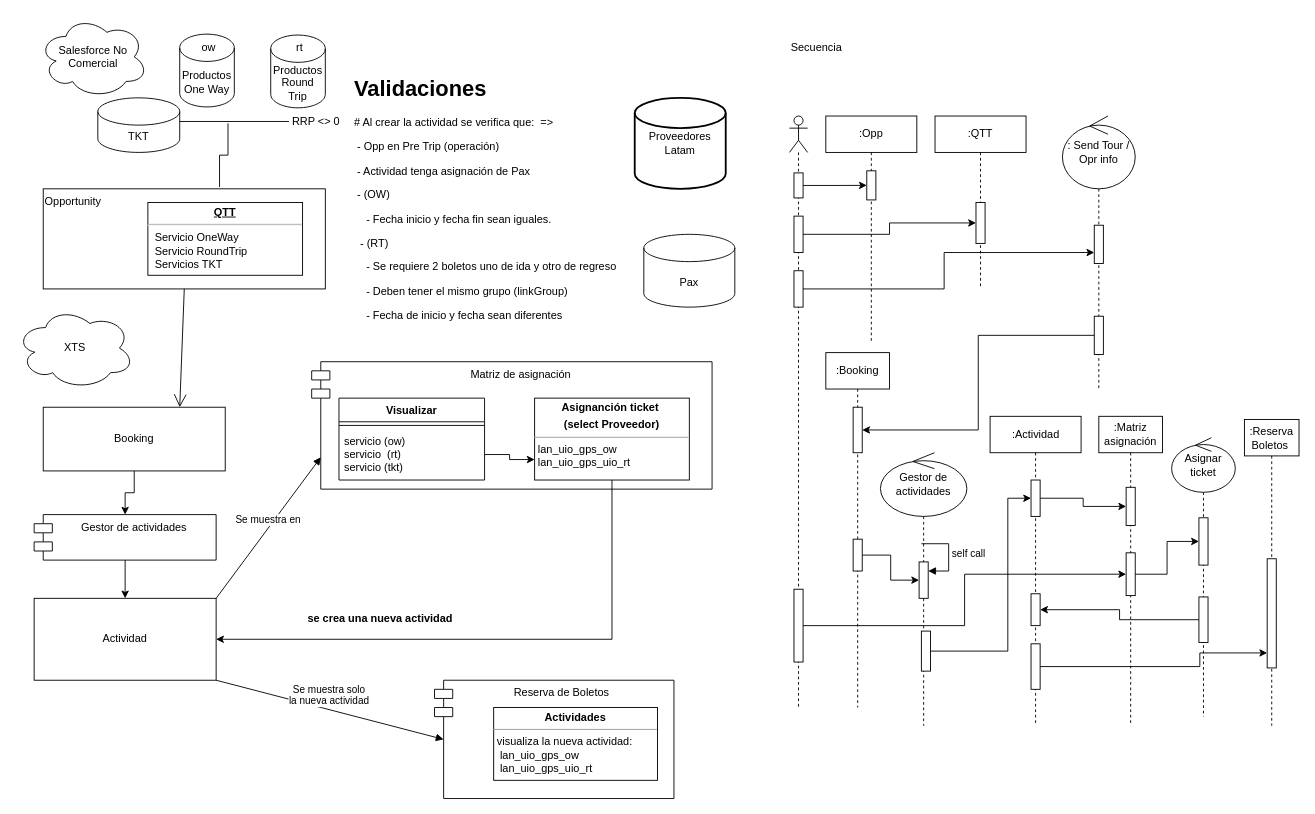
TecladoZurdo/UML keeps this draw.io diagram as OneWay - RoundTrip.drawio. Above is the earlier version. Source tidied: cells renumbered, new cells numbered last; positions are measured from the earlier drawing's top-left corner, leaving out a move shared by most shapes. Both pictures are drawn from the tidied source at 91%, with x=0, y=0 at pixel (15, 15).
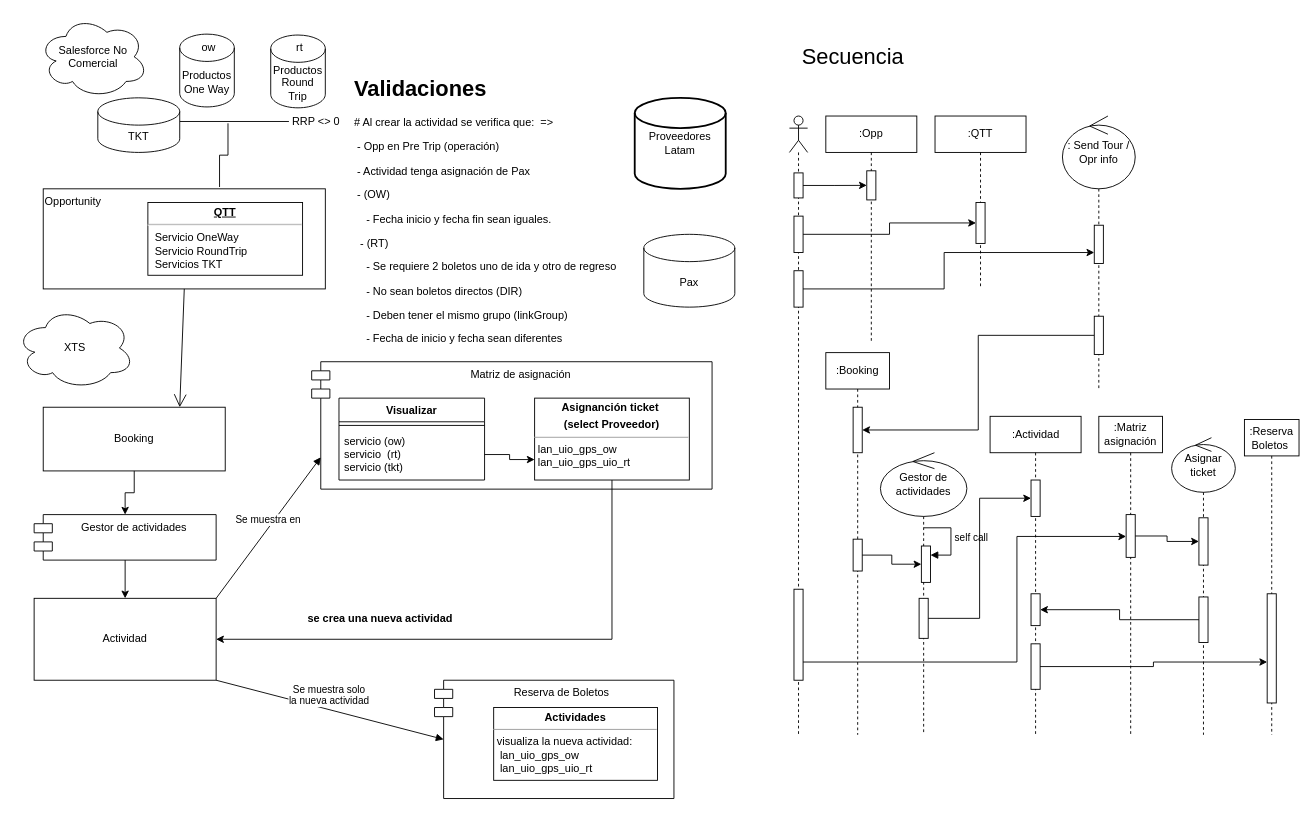
Above is the later version.

The change refers to these unchanged cells:
```xml
<mxCell id="60" style="html=1;points=[[0,0,0,0,5],[0,1,0,0,-5],[1,0,0,0,5],[1,1,0,0,-5]];perimeter=orthogonalPerimeter;outlineConnect=0;targetShapes=umlLifeline;portConstraint=eastwest;newEdgeStyle={&quot;curved&quot;:0,&quot;rounded&quot;:0};" parent="59" vertex="1">
  <mxGeometry x="45" y="70" width="10" height="40" as="geometry" />
</mxCell>
<mxCell id="62" style="html=1;points=[[0,0,0,0,5],[0,1,0,0,-5],[1,0,0,0,5],[1,1,0,0,-5]];perimeter=orthogonalPerimeter;outlineConnect=0;targetShapes=umlLifeline;portConstraint=eastwest;newEdgeStyle={&quot;curved&quot;:0,&quot;rounded&quot;:0};" parent="59" vertex="1">
  <mxGeometry x="45" y="250" width="10" height="50" as="geometry" />
</mxCell>
```

Change to the diagram source:
```diff
@@
-    <mxCell id="30" value="&lt;h1&gt;Validaciones&lt;/h1&gt;&lt;div&gt;# Al crear la actividad se verifica que:&amp;nbsp; =&amp;gt;&lt;/div&gt;&lt;p&gt;&amp;nbsp;- Opp en Pre Trip (operación)&lt;/p&gt;&lt;p&gt;&amp;nbsp;- Actividad tenga asignación de Pax&lt;/p&gt;&lt;p&gt;&amp;nbsp;- (OW)&lt;/p&gt;&lt;p&gt;&amp;nbsp; &amp;nbsp; - Fecha inicio y fecha fin sean iguales.&lt;/p&gt;&lt;p&gt;&amp;nbsp; - (RT)&lt;/p&gt;&lt;p&gt;&amp;nbsp; &amp;nbsp; - Se requiere 2 boletos uno de ida y otro de regreso&lt;/p&gt;&lt;p&gt;&amp;nbsp; &amp;nbsp; - Deben tener el mismo grupo (linkGroup)&lt;/p&gt;&lt;p&gt;&amp;nbsp; &amp;nbsp; - Fecha de inicio y fecha sean diferentes&lt;/p&gt;" style="text;html=1;strokeColor=none;fillColor=none;spacing=5;spacingTop=-20;whiteSpace=wrap;overflow=hidden;rounded=0;" parent="1" vertex="1">
+    <mxCell id="30" value="&lt;h1&gt;Validaciones&lt;/h1&gt;&lt;div&gt;# Al crear la actividad se verifica que:&amp;nbsp; =&amp;gt;&lt;/div&gt;&lt;p&gt;&amp;nbsp;- Opp en Pre Trip (operación)&lt;/p&gt;&lt;p&gt;&amp;nbsp;- Actividad tenga asignación de Pax&lt;/p&gt;&lt;p&gt;&amp;nbsp;- (OW)&lt;/p&gt;&lt;p&gt;&amp;nbsp; &amp;nbsp; - Fecha inicio y fecha fin sean iguales.&lt;/p&gt;&lt;p&gt;&amp;nbsp; - (RT)&lt;/p&gt;&lt;p&gt;&amp;nbsp; &amp;nbsp; - Se requiere 2 boletos uno de ida y otro de regreso&lt;/p&gt;&lt;p&gt;&amp;nbsp; &amp;nbsp; - No sean boletos directos (DIR)&lt;/p&gt;&lt;p&gt;&amp;nbsp; &amp;nbsp; - Deben tener el mismo grupo (linkGroup)&lt;/p&gt;&lt;p&gt;&amp;nbsp; &amp;nbsp; - Fecha de inicio y fecha sean diferentes&lt;/p&gt;" style="text;html=1;strokeColor=none;fillColor=none;spacing=5;spacingTop=-20;whiteSpace=wrap;overflow=hidden;rounded=0;" parent="1" vertex="1">
       <mxGeometry x="366.9" y="60" width="403.1" height="305" as="geometry" />
     </mxCell>
@@
-    <mxCell id="37" value="Secuencia" style="text;html=1;strokeColor=none;fillColor=none;align=center;verticalAlign=middle;whiteSpace=wrap;rounded=0;" parent="1" vertex="1">
-      <mxGeometry x="850" y="20" width="60" height="30" as="geometry" />
+    <mxCell id="37" value="&lt;font style=&quot;font-size: 24px;&quot;&gt;Secuencia&lt;/font&gt;" style="text;html=1;strokeColor=none;fillColor=none;align=center;verticalAlign=middle;whiteSpace=wrap;rounded=0;" parent="1" vertex="1">
+      <mxGeometry x="850" y="20" width="140" height="50" as="geometry" />
     </mxCell>
@@
     <mxCell id="40" style="shape=umlLifeline;perimeter=lifelinePerimeter;whiteSpace=wrap;html=1;newEdgeStyle={&quot;curved&quot;:0,&quot;rounded&quot;:0};participant=umlActor;" parent="1" vertex="1">
-      <mxGeometry x="850" y="110" width="20" height="650" as="geometry" />
+      <mxGeometry x="850" y="110" width="20" height="680" as="geometry" />
     </mxCell>
@@
     <mxCell id="44" style="html=1;points=[[0,0,0,0,5],[0,1,0,0,-5],[1,0,0,0,5],[1,1,0,0,-5]];perimeter=orthogonalPerimeter;outlineConnect=0;targetShapes=umlLifeline;portConstraint=eastwest;newEdgeStyle={&quot;curved&quot;:0,&quot;rounded&quot;:0};" parent="40" vertex="1">
-      <mxGeometry x="5" y="520" width="10" height="80" as="geometry" />
+      <mxGeometry x="5" y="520" width="10" height="100" as="geometry" />
     </mxCell>
@@
     <mxCell id="48" value=":Booking" style="shape=umlLifeline;perimeter=lifelinePerimeter;whiteSpace=wrap;html=1;newEdgeStyle={&quot;curved&quot;:0,&quot;rounded&quot;:0};" parent="1" vertex="1">
-      <mxGeometry x="890" y="370" width="70" height="390" as="geometry" />
+      <mxGeometry x="890" y="370" width="70" height="420" as="geometry" />
     </mxCell>
@@
     <mxCell id="55" value="Gestor de actividades" style="shape=umlLifeline;perimeter=lifelinePerimeter;whiteSpace=wrap;html=1;newEdgeStyle={&quot;curved&quot;:0,&quot;rounded&quot;:0};participant=umlControl;size=70;" parent="1" vertex="1">
-      <mxGeometry x="950" y="480" width="95" height="300" as="geometry" />
+      <mxGeometry x="950" y="480" width="95" height="310" as="geometry" />
     </mxCell>
     <mxCell id="56" style="html=1;points=[[0,0,0,0,5],[0,1,0,0,-5],[1,0,0,0,5],[1,1,0,0,-5]];perimeter=orthogonalPerimeter;outlineConnect=0;targetShapes=umlLifeline;portConstraint=eastwest;newEdgeStyle={&quot;curved&quot;:0,&quot;rounded&quot;:0};" parent="55" vertex="1">
-      <mxGeometry x="42.5" y="120" width="10" height="40" as="geometry" />
+      <mxGeometry x="45" y="102.5" width="10" height="40" as="geometry" />
     </mxCell>
     <mxCell id="57" value="self call" style="html=1;align=left;spacingLeft=2;endArrow=block;rounded=0;edgeStyle=orthogonalEdgeStyle;curved=0;rounded=0;" parent="55" edge="1" target="56">
       <mxGeometry relative="1" as="geometry">
-        <mxPoint x="45" y="100" as="sourcePoint" />
+        <mxPoint x="47.5" y="82.5" as="sourcePoint" />
         <Array as="points">
-          <mxPoint x="75" y="130" />
+          <mxPoint x="77.5" y="112.5" />
         </Array>
       </mxGeometry>
     </mxCell>
     <mxCell id="58" style="html=1;points=[[0,0,0,0,5],[0,1,0,0,-5],[1,0,0,0,5],[1,1,0,0,-5]];perimeter=orthogonalPerimeter;outlineConnect=0;targetShapes=umlLifeline;portConstraint=eastwest;newEdgeStyle={&quot;curved&quot;:0,&quot;rounded&quot;:0};" parent="55" vertex="1">
-      <mxGeometry x="45" y="196" width="10" height="44" as="geometry" />
+      <mxGeometry x="42.5" y="160" width="10" height="44" as="geometry" />
     </mxCell>
     <mxCell id="59" value=":Actividad" style="shape=umlLifeline;perimeter=lifelinePerimeter;whiteSpace=wrap;html=1;newEdgeStyle={&quot;curved&quot;:0,&quot;rounded&quot;:0};" parent="1" vertex="1">
-      <mxGeometry x="1070.5" y="440" width="100" height="340" as="geometry" />
+      <mxGeometry x="1070.5" y="440" width="100" height="350" as="geometry" />
     </mxCell>
@@
     <mxCell id="63" value=":Matriz asignación" style="shape=umlLifeline;perimeter=lifelinePerimeter;whiteSpace=wrap;html=1;newEdgeStyle={&quot;curved&quot;:0,&quot;rounded&quot;:0};" parent="1" vertex="1">
-      <mxGeometry x="1190" y="440" width="70" height="340" as="geometry" />
+      <mxGeometry x="1190" y="440" width="70" height="350" as="geometry" />
     </mxCell>
-    <mxCell id="64" style="html=1;points=[[0,0,0,0,5],[0,1,0,0,-5],[1,0,0,0,5],[1,1,0,0,-5]];perimeter=orthogonalPerimeter;outlineConnect=0;targetShapes=umlLifeline;portConstraint=eastwest;newEdgeStyle={&quot;curved&quot;:0,&quot;rounded&quot;:0};" parent="63" vertex="1">
-      <mxGeometry x="30" y="78" width="10" height="42" as="geometry" />
-    </mxCell>
     <mxCell id="65" style="html=1;points=[[0,0,0,0,5],[0,1,0,0,-5],[1,0,0,0,5],[1,1,0,0,-5]];perimeter=orthogonalPerimeter;outlineConnect=0;targetShapes=umlLifeline;portConstraint=eastwest;newEdgeStyle={&quot;curved&quot;:0,&quot;rounded&quot;:0};" parent="63" vertex="1">
-      <mxGeometry x="30" y="150" width="10" height="47" as="geometry" />
+      <mxGeometry x="30" y="108" width="10" height="47" as="geometry" />
     </mxCell>
@@
     <mxCell id="67" style="edgeStyle=orthogonalEdgeStyle;rounded=0;jettySize=auto;html=1;curved=0;" parent="1" edge="1" source="58" target="60">
-      <mxGeometry relative="1" as="geometry">
-        <Array as="points">
-          <mxPoint x="1090" y="698" />
-          <mxPoint x="1090" y="530" />
-        </Array>
-      </mxGeometry>
+      <mxGeometry relative="1" as="geometry" />
     </mxCell>
     <mxCell id="68" value=":Reserva Boletos&amp;nbsp;" style="shape=umlLifeline;perimeter=lifelinePerimeter;whiteSpace=wrap;html=1;newEdgeStyle={&quot;curved&quot;:0,&quot;rounded&quot;:0};" parent="1" vertex="1">
-      <mxGeometry x="1350" y="443.5" width="60" height="336.5" as="geometry" />
+      <mxGeometry x="1350" y="443.5" width="60" height="346.5" as="geometry" />
     </mxCell>
     <mxCell id="69" style="html=1;points=[[0,0,0,0,5],[0,1,0,0,-5],[1,0,0,0,5],[1,1,0,0,-5]];perimeter=orthogonalPerimeter;outlineConnect=0;targetShapes=umlLifeline;portConstraint=eastwest;newEdgeStyle={&quot;curved&quot;:0,&quot;rounded&quot;:0};" parent="68" vertex="1">
-      <mxGeometry x="25" y="153" width="10" height="120" as="geometry" />
+      <mxGeometry x="25" y="191.5" width="10" height="120" as="geometry" />
     </mxCell>
     <mxCell id="70" value="Asignar ticket" style="shape=umlLifeline;perimeter=lifelinePerimeter;whiteSpace=wrap;html=1;newEdgeStyle={&quot;curved&quot;:0,&quot;rounded&quot;:0};participant=umlControl;size=60;" parent="1" vertex="1">
-      <mxGeometry x="1270" y="463.5" width="70" height="306.5" as="geometry" />
+      <mxGeometry x="1270" y="463.5" width="70" height="326.5" as="geometry" />
     </mxCell>
@@
-    <mxCell id="73" style="edgeStyle=orthogonalEdgeStyle;rounded=0;jettySize=auto;html=1;curved=0;" parent="1" edge="1" source="60" target="64">
-      <mxGeometry relative="1" as="geometry" />
-    </mxCell>
@@
     <mxCell id="76" style="edgeStyle=orthogonalEdgeStyle;rounded=0;jettySize=auto;html=1;curved=0;" parent="1" edge="1" source="62" target="69">
       <mxGeometry relative="1" as="geometry">
         <Array as="points">
-          <mxPoint x="1301" y="715" />
-          <mxPoint x="1301" y="700" />
+          <mxPoint x="1250" y="715" />
+          <mxPoint x="1250" y="710" />
         </Array>
       </mxGeometry>
     </mxCell>
     <mxCell id="77" style="edgeStyle=orthogonalEdgeStyle;rounded=0;jettySize=auto;html=1;curved=0;" parent="1" edge="1" source="44" target="65">
-      <mxGeometry relative="1" as="geometry" />
+      <mxGeometry relative="1" as="geometry">
+        <Array as="points">
+          <mxPoint x="1100" y="710" />
+          <mxPoint x="1100" y="572" />
+        </Array>
+      </mxGeometry>
     </mxCell>
```
